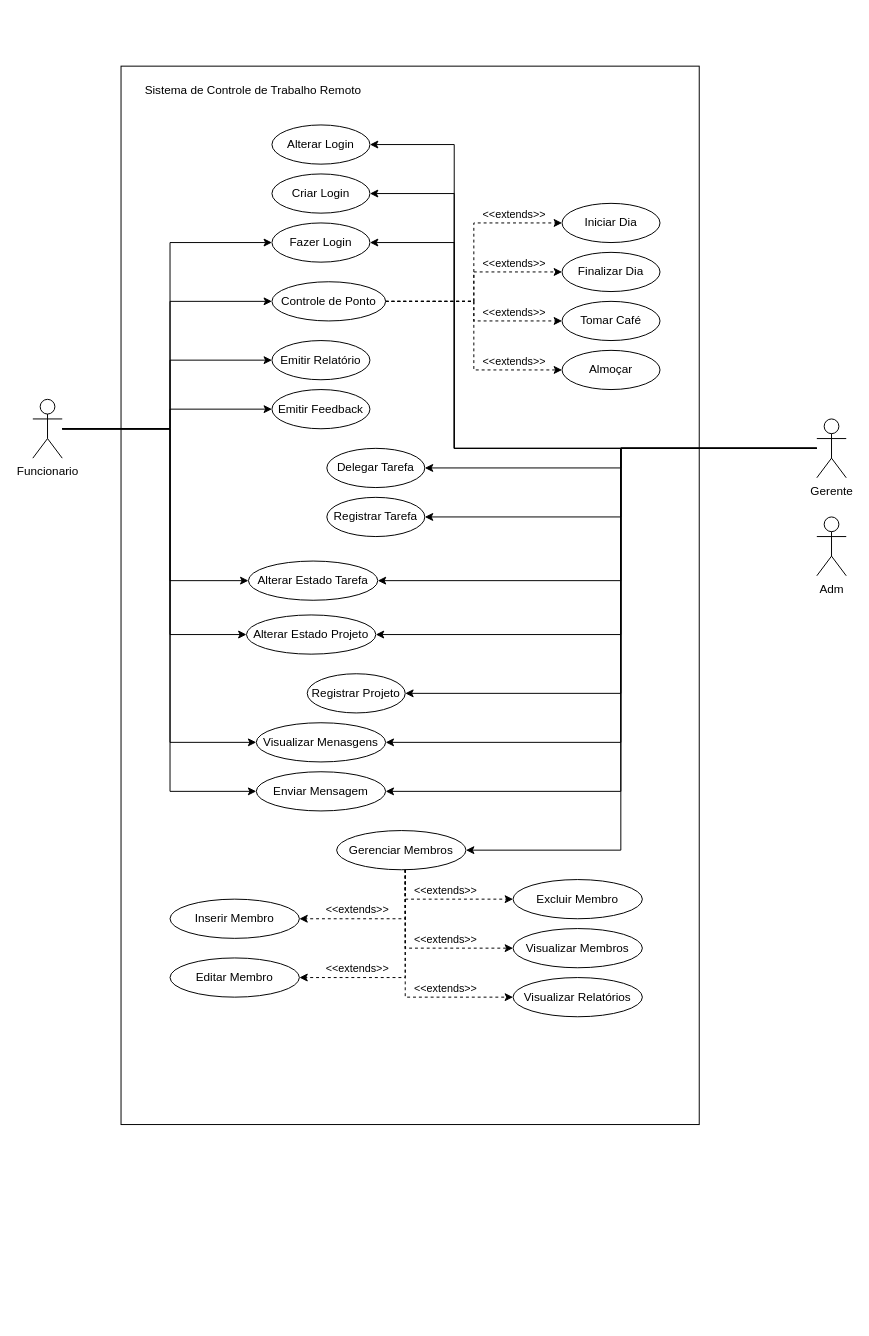
GabrielWhite96/TaskLy_LPS keeps this draw.io diagram as docs/DiagramaCasoDeUso.drawio. Above is the earlier version. Source tidied: cells renumbered, new cells numbered last; positions are measured from the earlier drawing's top-left corner, leaving out a move shared by most shapes. Both pictures are drawn from the tidied source at 98%, with x=0, y=0 at pixel (32, 66).
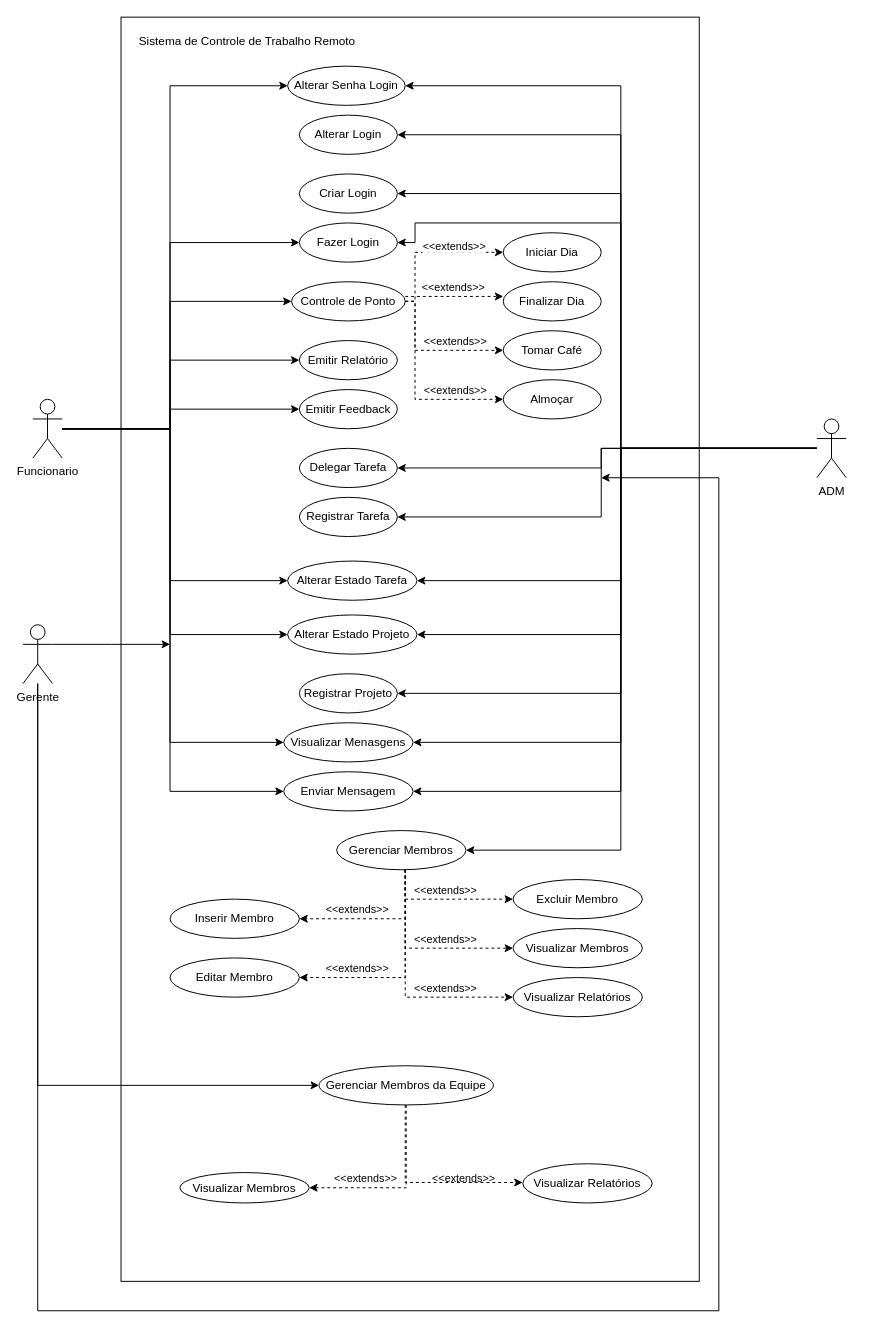
The same page after the edit.

Commit message:
Adição do gerente e redefinição de senha.

Unchanged cells that the change refers to:
```xml
<mxCell id="11" value="Funcionario" style="shape=umlActor;verticalLabelPosition=bottom;verticalAlign=top;html=1;" parent="1" vertex="1">
  <mxGeometry y="340" width="30" height="60" as="geometry" />
</mxCell>
```

Diff of the diagram source:
```diff
@@
     <mxCell id="2" style="rounded=0;whiteSpace=wrap;html=1;" parent="1" vertex="1">
-      <mxGeometry x="90" width="590" height="1080" as="geometry" />
+      <mxGeometry x="90" y="-50" width="590" height="1290" as="geometry" />
     </mxCell>
@@
+    <mxCell id="67" style="edgeStyle=orthogonalEdgeStyle;rounded=0;jettySize=auto;html=1;entryX=0;entryY=0.5;entryDx=0;entryDy=0;" parent="1" edge="1" source="11" target="78">
+      <mxGeometry relative="1" as="geometry">
+        <Array as="points">
+          <mxPoint x="140" y="370" />
+          <mxPoint x="140" y="20" />
+        </Array>
+      </mxGeometry>
+    </mxCell>
@@
     <mxCell id="12" style="edgeStyle=orthogonalEdgeStyle;rounded=0;jettySize=auto;html=1;entryX=1;entryY=0.5;entryDx=0;entryDy=0;" parent="1" edge="1" source="23" target="37">
-      <mxGeometry relative="1" as="geometry" />
+      <mxGeometry relative="1" as="geometry">
+        <Array as="points">
+          <mxPoint x="580" y="390" />
+          <mxPoint x="580" y="410" />
+        </Array>
+      </mxGeometry>
     </mxCell>
     <mxCell id="13" style="edgeStyle=orthogonalEdgeStyle;rounded=0;jettySize=auto;html=1;entryX=1;entryY=0.5;entryDx=0;entryDy=0;" parent="1" edge="1" source="23" target="38">
-      <mxGeometry relative="1" as="geometry" />
+      <mxGeometry relative="1" as="geometry">
+        <Array as="points">
+          <mxPoint x="580" y="390" />
+          <mxPoint x="580" y="460" />
+        </Array>
+      </mxGeometry>
     </mxCell>
@@
     <mxCell id="20" style="edgeStyle=orthogonalEdgeStyle;rounded=0;jettySize=auto;html=1;entryX=1;entryY=0.5;entryDx=0;entryDy=0;" parent="1" edge="1" source="23" target="28">
       <mxGeometry relative="1" as="geometry">
         <Array as="points">
-          <mxPoint x="430" y="390" />
-          <mxPoint x="430" y="180" />
+          <mxPoint x="600" y="390" />
+          <mxPoint x="600" y="160" />
+          <mxPoint x="390" y="160" />
+          <mxPoint x="390" y="180" />
         </Array>
       </mxGeometry>
     </mxCell>
     <mxCell id="21" style="edgeStyle=orthogonalEdgeStyle;rounded=0;jettySize=auto;html=1;entryX=1;entryY=0.5;entryDx=0;entryDy=0;" parent="1" edge="1" source="23" target="26">
       <mxGeometry relative="1" as="geometry">
         <Array as="points">
-          <mxPoint x="430" y="390" />
-          <mxPoint x="430" y="80" />
+          <mxPoint x="600" y="390" />
+          <mxPoint x="600" y="70" />
         </Array>
       </mxGeometry>
     </mxCell>
     <mxCell id="22" style="edgeStyle=orthogonalEdgeStyle;rounded=0;jettySize=auto;html=1;entryX=1;entryY=0.5;entryDx=0;entryDy=0;" parent="1" edge="1" source="23" target="27">
       <mxGeometry relative="1" as="geometry">
         <Array as="points">
-          <mxPoint x="430" y="390" />
-          <mxPoint x="430" y="130" />
+          <mxPoint x="600" y="390" />
+          <mxPoint x="600" y="130" />
         </Array>
       </mxGeometry>
     </mxCell>
-    <mxCell id="23" value="Gerente" style="shape=umlActor;verticalLabelPosition=bottom;verticalAlign=top;html=1;" parent="1" vertex="1">
+    <mxCell id="23" value="ADM" style="shape=umlActor;verticalLabelPosition=bottom;verticalAlign=top;html=1;" parent="1" vertex="1">
       <mxGeometry x="800" y="360" width="30" height="60" as="geometry" />
     </mxCell>
+    <mxCell id="68" style="edgeStyle=orthogonalEdgeStyle;rounded=0;jettySize=auto;html=1;exitX=1;exitY=0.3333333333333333;exitDx=0;exitDy=0;exitPerimeter=0;" parent="1" edge="1" source="24">
+      <mxGeometry relative="1" as="geometry">
+        <mxPoint x="140" y="590" as="targetPoint" />
+      </mxGeometry>
+    </mxCell>
+    <mxCell id="69" style="edgeStyle=orthogonalEdgeStyle;rounded=0;jettySize=auto;html=1;" parent="1" edge="1" source="24">
+      <mxGeometry relative="1" as="geometry">
+        <mxPoint x="580" y="420" as="targetPoint" />
+        <Array as="points">
+          <mxPoint x="5" y="1270" />
+          <mxPoint x="700" y="1270" />
+          <mxPoint x="700" y="420" />
+        </Array>
+      </mxGeometry>
+    </mxCell>
+    <mxCell id="70" style="edgeStyle=orthogonalEdgeStyle;rounded=0;jettySize=auto;html=1;entryX=0;entryY=0.5;entryDx=0;entryDy=0;" parent="1" edge="1" source="24" target="72">
+      <mxGeometry relative="1" as="geometry">
+        <Array as="points">
+          <mxPoint x="5" y="1040" />
+        </Array>
+      </mxGeometry>
+    </mxCell>
-    <mxCell id="24" value="Adm" style="shape=umlActor;verticalLabelPosition=bottom;verticalAlign=top;html=1;" parent="1" vertex="1">
-      <mxGeometry x="800" y="460" width="30" height="60" as="geometry" />
+    <mxCell id="24" value="Gerente" style="shape=umlActor;verticalLabelPosition=bottom;verticalAlign=top;html=1;" parent="1" vertex="1">
+      <mxGeometry x="-10" y="570" width="30" height="60" as="geometry" />
     </mxCell>
     <mxCell id="25" value="Sistema de Controle de Trabalho Remoto" style="text;html=1;align=center;verticalAlign=middle;whiteSpace=wrap;rounded=0;" parent="1" vertex="1">
-      <mxGeometry x="100" y="10" width="250" height="30" as="geometry" />
+      <mxGeometry x="94" y="-40" width="250" height="30" as="geometry" />
     </mxCell>
     <mxCell id="26" value="Alterar Login" style="ellipse;whiteSpace=wrap;html=1;" parent="1" vertex="1">
-      <mxGeometry x="244" y="60" width="100" height="40" as="geometry" />
+      <mxGeometry x="272" y="50" width="100" height="40" as="geometry" />
     </mxCell>
     <mxCell id="27" value="Criar Login" style="ellipse;whiteSpace=wrap;html=1;" parent="1" vertex="1">
-      <mxGeometry x="244" y="110" width="100" height="40" as="geometry" />
+      <mxGeometry x="272" y="110" width="100" height="40" as="geometry" />
     </mxCell>
     <mxCell id="28" value="Fazer Login" style="ellipse;whiteSpace=wrap;html=1;" parent="1" vertex="1">
-      <mxGeometry x="244" y="160" width="100" height="40" as="geometry" />
+      <mxGeometry x="272" y="160" width="100" height="40" as="geometry" />
     </mxCell>
     <mxCell id="29" style="edgeStyle=orthogonalEdgeStyle;rounded=0;jettySize=auto;html=1;entryX=0;entryY=0.5;entryDx=0;entryDy=0;dashed=1;" parent="1" edge="1" source="34" target="55">
-      <mxGeometry relative="1" as="geometry" />
+      <mxGeometry relative="1" as="geometry">
+        <Array as="points">
+          <mxPoint x="390" y="240" />
+          <mxPoint x="390" y="190" />
+        </Array>
+      </mxGeometry>
     </mxCell>
-    <mxCell id="30" style="edgeStyle=orthogonalEdgeStyle;rounded=0;jettySize=auto;html=1;entryX=0;entryY=0.5;entryDx=0;entryDy=0;dashed=1;" parent="1" edge="1" source="34" target="56">
-      <mxGeometry relative="1" as="geometry" />
+    <mxCell id="30" style="edgeStyle=orthogonalEdgeStyle;rounded=0;orthogonalLoop=1;jettySize=auto;html=1;entryX=0;entryY=0.5;entryDx=0;entryDy=0;dashed=1;" parent="1" edge="1">
+      <mxGeometry relative="1" as="geometry">
+        <mxPoint x="380" y="235" as="sourcePoint" />
+        <mxPoint x="480" y="235" as="targetPoint" />
+        <Array as="points">
+          <mxPoint x="430" y="235" />
+          <mxPoint x="430" y="235" />
+        </Array>
+      </mxGeometry>
     </mxCell>
     <mxCell id="31" value="&amp;lt;&amp;lt;extends&amp;gt;&amp;gt;" style="edgeLabel;html=1;align=center;verticalAlign=middle;" parent="30" vertex="1">
       <mxGeometry x="0.39" y="-1" relative="1" as="geometry">
-        <mxPoint x="14" y="-11" as="offset" />
+        <mxPoint x="-22" y="-11" as="offset" />
       </mxGeometry>
     </mxCell>
     <mxCell id="32" style="edgeStyle=orthogonalEdgeStyle;rounded=0;jettySize=auto;html=1;entryX=0;entryY=0.5;entryDx=0;entryDy=0;dashed=1;" parent="1" edge="1" source="34" target="57">
-      <mxGeometry relative="1" as="geometry" />
+      <mxGeometry relative="1" as="geometry">
+        <Array as="points">
+          <mxPoint x="390" y="240" />
+          <mxPoint x="390" y="290" />
+        </Array>
+      </mxGeometry>
     </mxCell>
     <mxCell id="33" style="edgeStyle=orthogonalEdgeStyle;rounded=0;jettySize=auto;html=1;entryX=0;entryY=0.5;entryDx=0;entryDy=0;dashed=1;" parent="1" edge="1" source="34" target="58">
-      <mxGeometry relative="1" as="geometry" />
+      <mxGeometry relative="1" as="geometry">
+        <Array as="points">
+          <mxPoint x="390" y="240" />
+          <mxPoint x="390" y="340" />
+        </Array>
+      </mxGeometry>
     </mxCell>
     <mxCell id="34" value="Controle de Ponto" style="ellipse;whiteSpace=wrap;html=1;" parent="1" vertex="1">
-      <mxGeometry x="244" y="220" width="116" height="40" as="geometry" />
+      <mxGeometry x="264" y="220" width="116" height="40" as="geometry" />
     </mxCell>
     <mxCell id="35" value="Emitir Relatório" style="ellipse;whiteSpace=wrap;html=1;" parent="1" vertex="1">
-      <mxGeometry x="244" y="280" width="100" height="40" as="geometry" />
+      <mxGeometry x="272" y="280" width="100" height="40" as="geometry" />
     </mxCell>
     <mxCell id="36" value="Emitir Feedback" style="ellipse;whiteSpace=wrap;html=1;" parent="1" vertex="1">
-      <mxGeometry x="244" y="330" width="100" height="40" as="geometry" />
+      <mxGeometry x="272" y="330" width="100" height="40" as="geometry" />
     </mxCell>
     <mxCell id="37" value="D&lt;span style=&quot;background-color: initial;&quot;&gt;elegar Tarefa&lt;/span&gt;" style="ellipse;whiteSpace=wrap;html=1;" parent="1" vertex="1">
-      <mxGeometry x="300" y="390" width="100" height="40" as="geometry" />
+      <mxGeometry x="272" y="390" width="100" height="40" as="geometry" />
     </mxCell>
     <mxCell id="38" value="Registrar Tarefa" style="ellipse;whiteSpace=wrap;html=1;" parent="1" vertex="1">
-      <mxGeometry x="300" y="440" width="100" height="40" as="geometry" />
+      <mxGeometry x="272" y="440" width="100" height="40" as="geometry" />
     </mxCell>
     <mxCell id="39" value="Alterar Estado Tarefa" style="ellipse;whiteSpace=wrap;html=1;" parent="1" vertex="1">
-      <mxGeometry x="220" y="505" width="132" height="40" as="geometry" />
+      <mxGeometry x="260" y="505" width="132" height="40" as="geometry" />
     </mxCell>
     <mxCell id="40" value="Alterar Estado Projeto" style="ellipse;whiteSpace=wrap;html=1;" parent="1" vertex="1">
-      <mxGeometry x="218" y="560" width="132" height="40" as="geometry" />
+      <mxGeometry x="260" y="560" width="132" height="40" as="geometry" />
     </mxCell>
     <mxCell id="41" value="Registrar Projeto" style="ellipse;whiteSpace=wrap;html=1;" parent="1" vertex="1">
-      <mxGeometry x="280" y="620" width="100" height="40" as="geometry" />
+      <mxGeometry x="272" y="620" width="100" height="40" as="geometry" />
     </mxCell>
     <mxCell id="42" value="Visualizar Menasgens" style="ellipse;whiteSpace=wrap;html=1;" parent="1" vertex="1">
-      <mxGeometry x="228" y="670" width="132" height="40" as="geometry" />
+      <mxGeometry x="256" y="670" width="132" height="40" as="geometry" />
     </mxCell>
     <mxCell id="43" value="Enviar Mensagem" style="ellipse;whiteSpace=wrap;html=1;" parent="1" vertex="1">
-      <mxGeometry x="228" y="720" width="132" height="40" as="geometry" />
+      <mxGeometry x="256" y="720" width="132" height="40" as="geometry" />
     </mxCell>
@@
     <mxCell id="55" value="Iniciar Dia" style="ellipse;whiteSpace=wrap;html=1;" parent="1" vertex="1">
-      <mxGeometry x="540" y="140" width="100" height="40" as="geometry" />
+      <mxGeometry x="480" y="170" width="100" height="40" as="geometry" />
     </mxCell>
     <mxCell id="56" value="Finalizar Dia" style="ellipse;whiteSpace=wrap;html=1;" parent="1" vertex="1">
-      <mxGeometry x="540" y="190" width="100" height="40" as="geometry" />
+      <mxGeometry x="480" y="220" width="100" height="40" as="geometry" />
     </mxCell>
     <mxCell id="57" value="Tomar Café" style="ellipse;whiteSpace=wrap;html=1;" parent="1" vertex="1">
-      <mxGeometry x="540" y="240" width="100" height="40" as="geometry" />
+      <mxGeometry x="480" y="270" width="100" height="40" as="geometry" />
     </mxCell>
     <mxCell id="58" value="Almoçar" style="ellipse;whiteSpace=wrap;html=1;" parent="1" vertex="1">
-      <mxGeometry x="540" y="290" width="100" height="40" as="geometry" />
+      <mxGeometry x="480" y="320" width="100" height="40" as="geometry" />
     </mxCell>
     <mxCell id="59" value="&amp;lt;&amp;lt;extends&amp;gt;&amp;gt;" style="edgeLabel;html=1;align=center;verticalAlign=middle;" parent="1" vertex="1">
-      <mxGeometry x="490" y="250" as="geometry" />
+      <mxGeometry x="430" y="280" as="geometry" />
     </mxCell>
     <mxCell id="60" value="&amp;lt;&amp;lt;extends&amp;gt;&amp;gt;" style="edgeLabel;html=1;align=center;verticalAlign=middle;" parent="1" vertex="1">
-      <mxGeometry x="490" y="150" as="geometry" />
+      <mxGeometry x="430" y="180" as="geometry">
+        <mxPoint x="-1" y="3" as="offset" />
+      </mxGeometry>
     </mxCell>
     <mxCell id="61" value="&amp;lt;&amp;lt;extends&amp;gt;&amp;gt;" style="edgeLabel;html=1;align=center;verticalAlign=middle;" parent="1" vertex="1">
-      <mxGeometry x="490" y="300" as="geometry" />
+      <mxGeometry x="430" y="330" as="geometry" />
     </mxCell>
@@
+    <mxCell id="71" style="edgeStyle=orthogonalEdgeStyle;rounded=0;jettySize=auto;html=1;entryX=1;entryY=0.5;entryDx=0;entryDy=0;dashed=1;" parent="1" edge="1" source="72" target="74">
+      <mxGeometry relative="1" as="geometry">
+        <Array as="points">
+          <mxPoint x="381" y="1144" />
+        </Array>
+      </mxGeometry>
+    </mxCell>
+    <mxCell id="72" value="Gerenciar Membros da Equipe" style="ellipse;whiteSpace=wrap;html=1;" parent="1" vertex="1">
+      <mxGeometry x="292" y="1020" width="178" height="40" as="geometry" />
+    </mxCell>
+    <mxCell id="73" value="Visualizar Relatórios" style="ellipse;whiteSpace=wrap;html=1;" parent="1" vertex="1">
+      <mxGeometry x="500" y="1120" width="132" height="40" as="geometry" />
+    </mxCell>
+    <mxCell id="74" value="Visualizar Membros" style="ellipse;whiteSpace=wrap;html=1;" parent="1" vertex="1">
+      <mxGeometry x="150" y="1129" width="132" height="31" as="geometry" />
+    </mxCell>
+    <mxCell id="75" value="&lt;span style=&quot;color: rgb(0, 0, 0); font-family: Helvetica; font-size: 11px; font-style: normal; font-variant-ligatures: normal; font-variant-caps: normal; font-weight: 400; letter-spacing: normal; orphans: 2; text-align: center; text-indent: 0px; text-transform: none; widows: 2; word-spacing: 0px; -webkit-text-stroke-width: 0px; white-space: nowrap; background-color: rgb(255, 255, 255); text-decoration-thickness: initial; text-decoration-style: initial; text-decoration-color: initial; display: inline !important; float: none;&quot;&gt;&amp;lt;&amp;lt;extends&amp;gt;&amp;gt;&lt;/span&gt;" style="text;html=1;align=center;verticalAlign=middle;whiteSpace=wrap;rounded=0;" parent="1" vertex="1">
+      <mxGeometry x="310" y="1120" width="60" height="30" as="geometry" />
+    </mxCell>
+    <mxCell id="76" value="&lt;span style=&quot;color: rgb(0, 0, 0); font-family: Helvetica; font-size: 11px; font-style: normal; font-variant-ligatures: normal; font-variant-caps: normal; font-weight: 400; letter-spacing: normal; orphans: 2; text-align: center; text-indent: 0px; text-transform: none; widows: 2; word-spacing: 0px; -webkit-text-stroke-width: 0px; white-space: nowrap; background-color: rgb(255, 255, 255); text-decoration-thickness: initial; text-decoration-style: initial; text-decoration-color: initial; display: inline !important; float: none;&quot;&gt;&amp;lt;&amp;lt;extends&amp;gt;&amp;gt;&lt;/span&gt;" style="text;html=1;align=center;verticalAlign=middle;whiteSpace=wrap;rounded=0;" parent="1" vertex="1">
+      <mxGeometry x="410" y="1120" width="60" height="30" as="geometry" />
+    </mxCell>
+    <mxCell id="77" style="edgeStyle=orthogonalEdgeStyle;rounded=0;jettySize=auto;html=1;entryX=-0.002;entryY=0.478;entryDx=0;entryDy=0;entryPerimeter=0;dashed=1;" parent="1" edge="1" source="72" target="73">
+      <mxGeometry relative="1" as="geometry">
+        <Array as="points">
+          <mxPoint x="380" y="1140" />
+          <mxPoint x="500" y="1140" />
+        </Array>
+      </mxGeometry>
+    </mxCell>
+    <mxCell id="78" value="Alterar Senha Login" style="ellipse;whiteSpace=wrap;html=1;" parent="1" vertex="1">
+      <mxGeometry x="260" width="120" height="40" as="geometry" />
+    </mxCell>
+    <mxCell id="79" style="edgeStyle=orthogonalEdgeStyle;rounded=0;jettySize=auto;html=1;entryX=1;entryY=0.5;entryDx=0;entryDy=0;" parent="1" edge="1" source="23" target="78">
+      <mxGeometry relative="1" as="geometry">
+        <Array as="points">
+          <mxPoint x="600" y="390" />
+          <mxPoint x="600" y="20" />
+        </Array>
+      </mxGeometry>
+    </mxCell>
```
